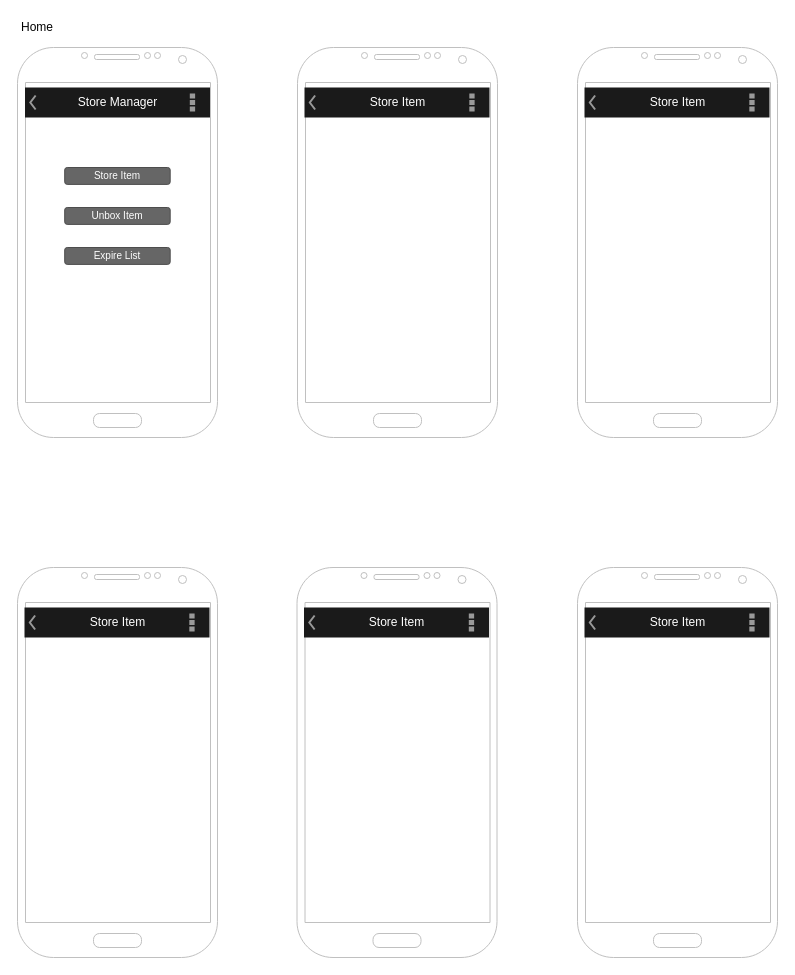
Before: storageManager/Mockups.drawio in better-live-movement/concepts, a draw.io diagram. Source tidied: cells renumbered, new cells numbered last; positions are measured from the earlier drawing's top-left corner, leaving out a move shared by most shapes. Both pictures are drawn from the tidied source at 100%, with x=0, y=0 at pixel (17, 17).
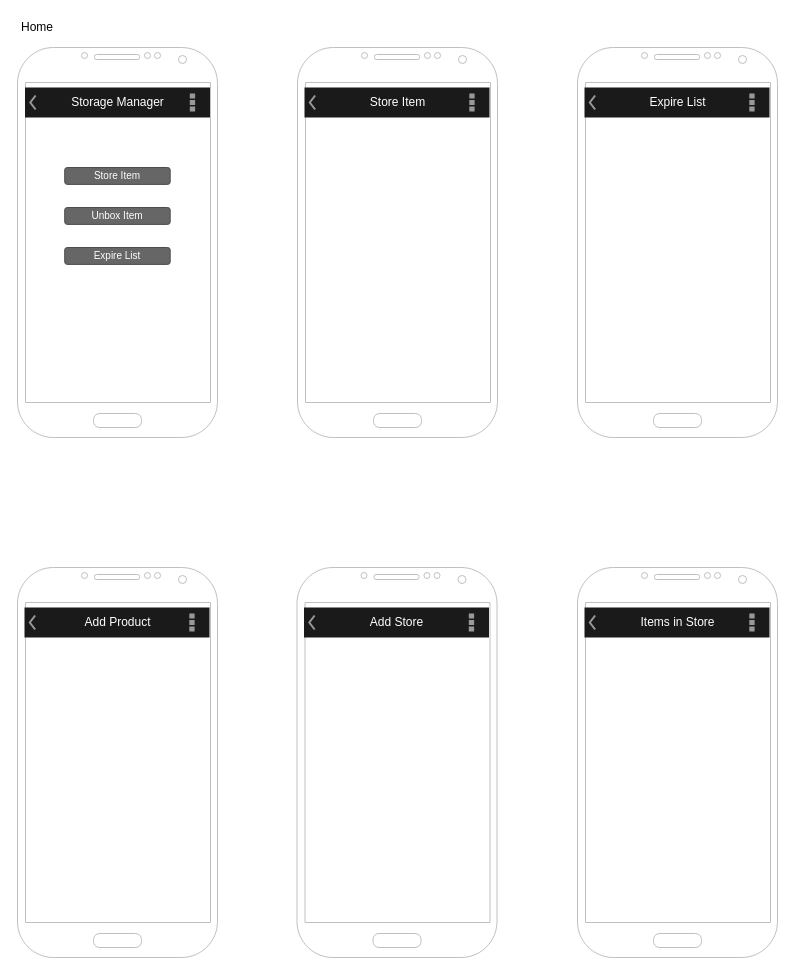
After the change.

The edit, as a diff of the source:
```diff
@@
 <mxGraphModel>
   <root>
     <mxCell id="0" />
     <mxCell id="1" parent="0" />
     <mxCell id="2" style="verticalLabelPosition=bottom;verticalAlign=top;html=1;shadow=0;dashed=0;strokeWidth=1;shape=mxgraph.android.phone2;strokeColor=#c0c0c0;" parent="1" vertex="1">
       <mxGeometry y="30" width="200" height="390" as="geometry" />
     </mxCell>
-    <mxCell id="3" value="Store Manager" style="strokeWidth=1;html=1;shadow=0;dashed=0;shape=mxgraph.android.action_bar;fillColor=#1A1A1A;strokeColor=#c0c0c0;strokeWidth=2;fontColor=#FFFFFF;" parent="1" vertex="1">
+    <mxCell id="3" value="Storage Manager" style="strokeWidth=1;html=1;shadow=0;dashed=0;shape=mxgraph.android.action_bar;fillColor=#1A1A1A;strokeColor=#c0c0c0;strokeWidth=2;fontColor=#FFFFFF;" parent="1" vertex="1">
       <mxGeometry x="7.5" y="70" width="185" height="30" as="geometry" />
     </mxCell>
     <mxCell id="4" value="Store Item" style="rounded=1;html=1;shadow=0;dashed=0;whiteSpace=wrap;fontSize=10;fillColor=#666666;align=center;strokeColor=#4D4D4D;fontColor=#ffffff;" parent="1" vertex="1">
       <mxGeometry x="47.2" y="150" width="105.5" height="16.9" as="geometry" />
     </mxCell>
     <mxCell id="5" value="Unbox Item" style="rounded=1;html=1;shadow=0;dashed=0;whiteSpace=wrap;fontSize=10;fillColor=#666666;align=center;strokeColor=#4D4D4D;fontColor=#ffffff;" parent="1" vertex="1">
       <mxGeometry x="47.2" y="190" width="105.5" height="16.9" as="geometry" />
     </mxCell>
     <mxCell id="6" value="Expire List" style="rounded=1;html=1;shadow=0;dashed=0;whiteSpace=wrap;fontSize=10;fillColor=#666666;align=center;strokeColor=#4D4D4D;fontColor=#ffffff;" parent="1" vertex="1">
       <mxGeometry x="47.2" y="230" width="105.5" height="16.9" as="geometry" />
     </mxCell>
     <mxCell id="7" style="verticalLabelPosition=bottom;verticalAlign=top;html=1;shadow=0;dashed=0;strokeWidth=1;shape=mxgraph.android.phone2;strokeColor=#c0c0c0;" parent="1" vertex="1">
       <mxGeometry x="280" y="30" width="200" height="390" as="geometry" />
     </mxCell>
     <mxCell id="8" value="Store Item" style="strokeWidth=1;html=1;shadow=0;dashed=0;shape=mxgraph.android.action_bar;fillColor=#1A1A1A;strokeColor=#c0c0c0;strokeWidth=2;fontColor=#FFFFFF;" parent="1" vertex="1">
       <mxGeometry x="287" y="70" width="185" height="30" as="geometry" />
     </mxCell>
     <mxCell id="9" value="Home" style="text;html=1;strokeColor=none;fillColor=none;align=center;verticalAlign=middle;whiteSpace=wrap;rounded=0;" parent="1" vertex="1">
       <mxGeometry width="40" height="20" as="geometry" />
     </mxCell>
     <mxCell id="10" style="verticalLabelPosition=bottom;verticalAlign=top;html=1;shadow=0;dashed=0;strokeWidth=1;shape=mxgraph.android.phone2;strokeColor=#c0c0c0;" parent="1" vertex="1">
       <mxGeometry x="560" y="30" width="200" height="390" as="geometry" />
     </mxCell>
-    <mxCell id="11" value="Store Item" style="strokeWidth=1;html=1;shadow=0;dashed=0;shape=mxgraph.android.action_bar;fillColor=#1A1A1A;strokeColor=#c0c0c0;strokeWidth=2;fontColor=#FFFFFF;" parent="1" vertex="1">
+    <mxCell id="11" value="Expire List" style="strokeWidth=1;html=1;shadow=0;dashed=0;shape=mxgraph.android.action_bar;fillColor=#1A1A1A;strokeColor=#c0c0c0;strokeWidth=2;fontColor=#FFFFFF;" parent="1" vertex="1">
       <mxGeometry x="567" y="70" width="185" height="30" as="geometry" />
     </mxCell>
     <mxCell id="12" style="verticalLabelPosition=bottom;verticalAlign=top;html=1;shadow=0;dashed=0;strokeWidth=1;shape=mxgraph.android.phone2;strokeColor=#c0c0c0;" parent="1" vertex="1">
       <mxGeometry y="550" width="200" height="390" as="geometry" />
     </mxCell>
-    <mxCell id="13" value="Store Item" style="strokeWidth=1;html=1;shadow=0;dashed=0;shape=mxgraph.android.action_bar;fillColor=#1A1A1A;strokeColor=#c0c0c0;strokeWidth=2;fontColor=#FFFFFF;" parent="1" vertex="1">
+    <mxCell id="13" value="Add Product" style="strokeWidth=1;html=1;shadow=0;dashed=0;shape=mxgraph.android.action_bar;fillColor=#1A1A1A;strokeColor=#c0c0c0;strokeWidth=2;fontColor=#FFFFFF;" parent="1" vertex="1">
       <mxGeometry x="7" y="590" width="185" height="30" as="geometry" />
     </mxCell>
     <mxCell id="14" style="verticalLabelPosition=bottom;verticalAlign=top;html=1;shadow=0;dashed=0;strokeWidth=1;shape=mxgraph.android.phone2;strokeColor=#c0c0c0;" parent="1" vertex="1">
       <mxGeometry x="279.5" y="550" width="200" height="390" as="geometry" />
     </mxCell>
-    <mxCell id="15" value="Store Item" style="strokeWidth=1;html=1;shadow=0;dashed=0;shape=mxgraph.android.action_bar;fillColor=#1A1A1A;strokeColor=#c0c0c0;strokeWidth=2;fontColor=#FFFFFF;" parent="1" vertex="1">
+    <mxCell id="15" value="Add Store" style="strokeWidth=1;html=1;shadow=0;dashed=0;shape=mxgraph.android.action_bar;fillColor=#1A1A1A;strokeColor=#c0c0c0;strokeWidth=2;fontColor=#FFFFFF;" parent="1" vertex="1">
       <mxGeometry x="286.5" y="590" width="185" height="30" as="geometry" />
     </mxCell>
     <mxCell id="16" style="verticalLabelPosition=bottom;verticalAlign=top;html=1;shadow=0;dashed=0;strokeWidth=1;shape=mxgraph.android.phone2;strokeColor=#c0c0c0;" parent="1" vertex="1">
       <mxGeometry x="560" y="550" width="200" height="390" as="geometry" />
     </mxCell>
-    <mxCell id="17" value="Store Item" style="strokeWidth=1;html=1;shadow=0;dashed=0;shape=mxgraph.android.action_bar;fillColor=#1A1A1A;strokeColor=#c0c0c0;strokeWidth=2;fontColor=#FFFFFF;" parent="1" vertex="1">
+    <mxCell id="17" value="Items in Store" style="strokeWidth=1;html=1;shadow=0;dashed=0;shape=mxgraph.android.action_bar;fillColor=#1A1A1A;strokeColor=#c0c0c0;strokeWidth=2;fontColor=#FFFFFF;" parent="1" vertex="1">
       <mxGeometry x="567" y="590" width="185" height="30" as="geometry" />
     </mxCell>
   </root>
 </mxGraphModel>
```
